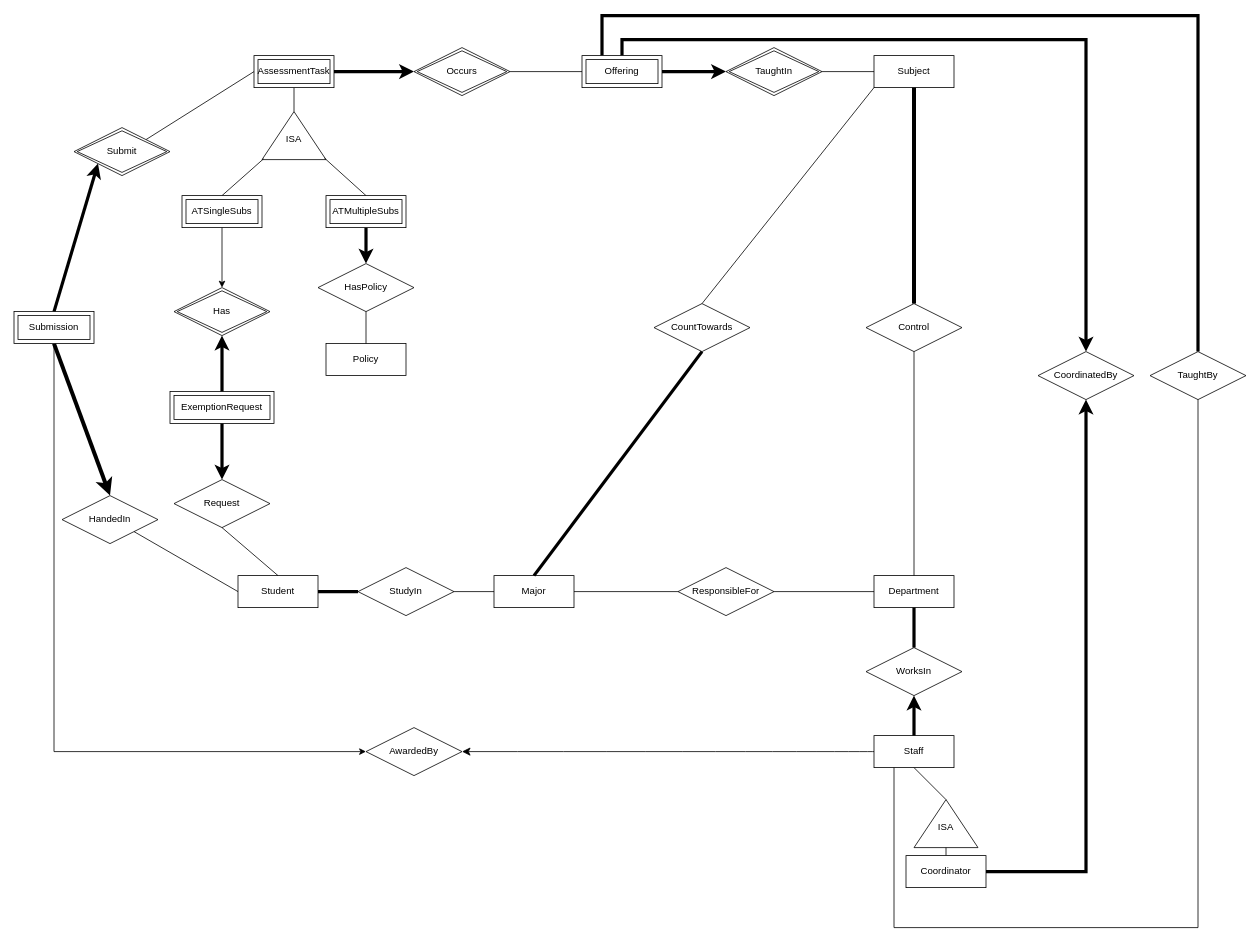
NguyenChHieu/graphs keeps this draw.io diagram as isys2120a2.drawio. Above is the earlier version. Source tidied: cells renumbered, new cells numbered last; positions are measured from the earlier drawing's top-left corner, leaving out a move shared by most shapes. Both pictures are drawn from the tidied source at 80%, with x=0, y=0 at pixel (14, 15).
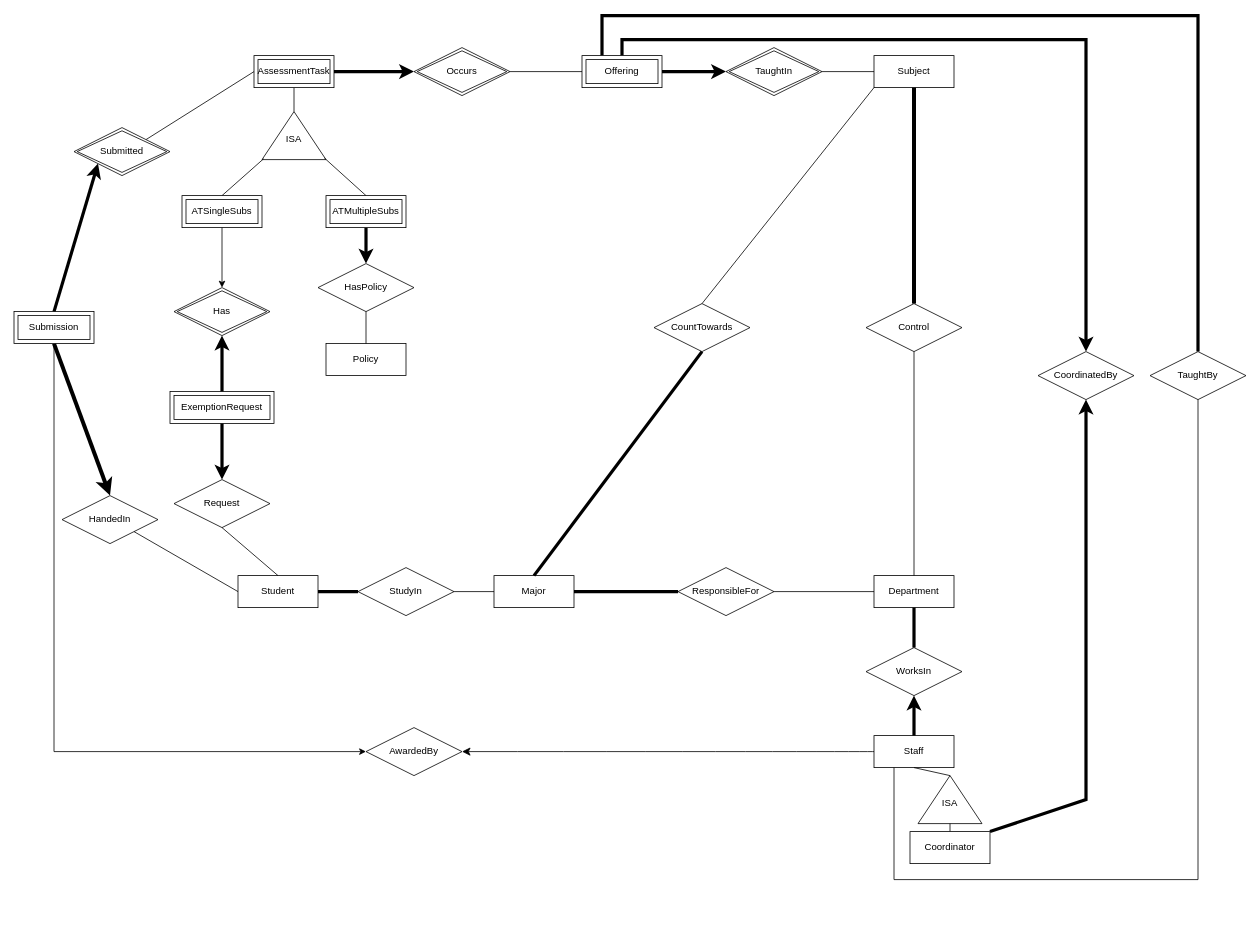
After the change.

The change refers to these unchanged cells:
```xml
<mxCell id="3" value="Staff" style="whiteSpace=wrap;html=1;align=center;" parent="1" vertex="1">
  <mxGeometry x="1075" y="900" width="100" height="40" as="geometry" />
</mxCell>
<mxCell id="6" value="Major" style="whiteSpace=wrap;html=1;align=center;" parent="1" vertex="1">
  <mxGeometry x="600" y="700" width="100" height="40" as="geometry" />
</mxCell>
<mxCell id="20" value="ResponsibleFor" style="shape=rhombus;perimeter=rhombusPerimeter;whiteSpace=wrap;html=1;align=center;" parent="1" vertex="1">
  <mxGeometry x="830" y="690" width="120" height="60" as="geometry" />
</mxCell>
<mxCell id="42" value="CoordinatedBy" style="shape=rhombus;perimeter=rhombusPerimeter;whiteSpace=wrap;html=1;align=center;" parent="1" vertex="1">
  <mxGeometry x="1280" y="420" width="120" height="60" as="geometry" />
</mxCell>
<mxCell id="45" value="TaughtBy" style="shape=rhombus;perimeter=rhombusPerimeter;whiteSpace=wrap;html=1;align=center;" parent="1" vertex="1">
  <mxGeometry x="1420" y="420" width="120" height="60" as="geometry" />
</mxCell>
```

What changed in the source:
```diff
@@
-    <mxCell id="22" style="endArrow=none;html=1;rounded=0;entryX=0;entryY=0.5;entryDx=0;entryDy=0;exitX=1;exitY=0.5;exitDx=0;exitDy=0;" parent="1" edge="1" source="6" target="20">
+    <mxCell id="22" style="endArrow=none;html=1;rounded=0;entryX=0;entryY=0.5;entryDx=0;entryDy=0;exitX=1;exitY=0.5;exitDx=0;exitDy=0;strokeWidth=4;" parent="1" edge="1" source="6" target="20">
       <mxGeometry relative="1" as="geometry" />
     </mxCell>
@@
-    <mxCell id="43" style="endArrow=classic;html=1;rounded=0;exitX=1;exitY=0.5;exitDx=0;exitDy=0;entryX=0.5;entryY=1;entryDx=0;entryDy=0;strokeWidth=4;exitPerimeter=0;" parent="1" edge="1" source="68" target="42">
+    <mxCell id="43" style="endArrow=classic;html=1;rounded=0;exitX=1;exitY=0;exitDx=0;exitDy=0;entryX=0.5;entryY=1;entryDx=0;entryDy=0;strokeWidth=4;" parent="1" edge="1" source="68" target="42">
       <mxGeometry relative="1" as="geometry">
         <Array as="points">
-          <mxPoint x="1340" y="1070" />
+          <mxPoint x="1340" y="980" />
         </Array>
       </mxGeometry>
     </mxCell>
@@
     <mxCell id="46" style="endArrow=none;html=1;rounded=0;entryX=0.5;entryY=1;entryDx=0;entryDy=0;strokeWidth=1;exitX=0.25;exitY=1;exitDx=0;exitDy=0;" parent="1" edge="1" source="3" target="45">
       <mxGeometry relative="1" as="geometry">
         <Array as="points">
-          <mxPoint x="1100" y="1140" />
-          <mxPoint x="1480" y="1140" />
+          <mxPoint x="1100" y="1080" />
+          <mxPoint x="1290" y="1080" />
+          <mxPoint x="1480" y="1080" />
         </Array>
       </mxGeometry>
     </mxCell>
@@
-    <mxCell id="53" value="Submit" style="shape=rhombus;double=1;perimeter=rhombusPerimeter;whiteSpace=wrap;html=1;align=center;" parent="1" vertex="1">
+    <mxCell id="53" value="Submitted" style="shape=rhombus;double=1;perimeter=rhombusPerimeter;whiteSpace=wrap;html=1;align=center;" parent="1" vertex="1">
       <mxGeometry x="75" y="140" width="120" height="60" as="geometry" />
     </mxCell>
@@
     <mxCell id="64" style="triangle;whiteSpace=wrap;html=1;rotation=-90;" parent="1" vertex="1">
-      <mxGeometry x="1135" y="970" width="60" height="80" as="geometry" />
+      <mxGeometry x="1140" y="940" width="60" height="80" as="geometry" />
     </mxCell>
     <mxCell id="65" value="ISA" style="text;html=1;align=center;verticalAlign=middle;whiteSpace=wrap;rounded=0;" parent="1" vertex="1">
-      <mxGeometry x="1135" y="1000" width="60" height="30" as="geometry" />
+      <mxGeometry x="1140" y="970" width="60" height="30" as="geometry" />
     </mxCell>
@@
     <mxCell id="68" value="Coordinator" style="whiteSpace=wrap;html=1;align=center;" parent="1" vertex="1">
-      <mxGeometry x="1115" y="1050" width="100" height="40" as="geometry" />
+      <mxGeometry x="1120" y="1020" width="100" height="40" as="geometry" />
     </mxCell>
```
